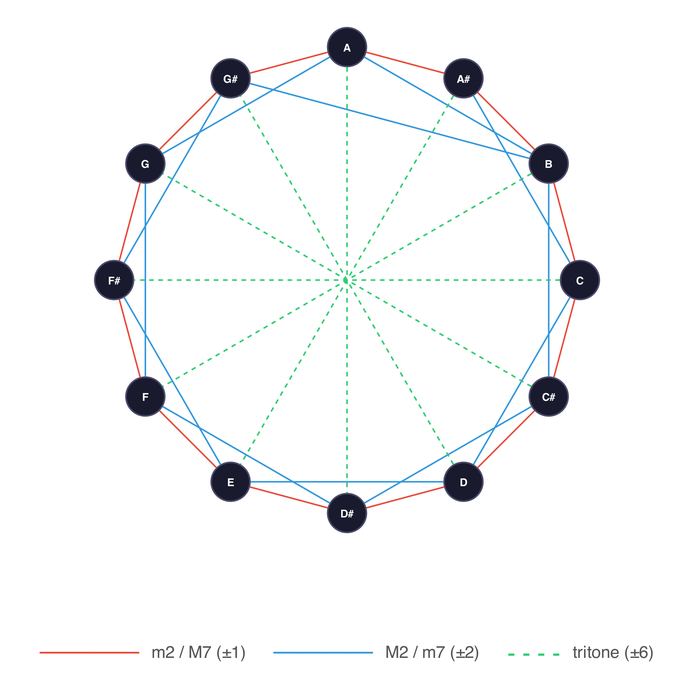
This is angry_man_successor_graph.png from vasilescur/jazz-engine, a Graphviz export, as it was before one commit. Its source is kept beside it as angry_man_successor_graph.dot.
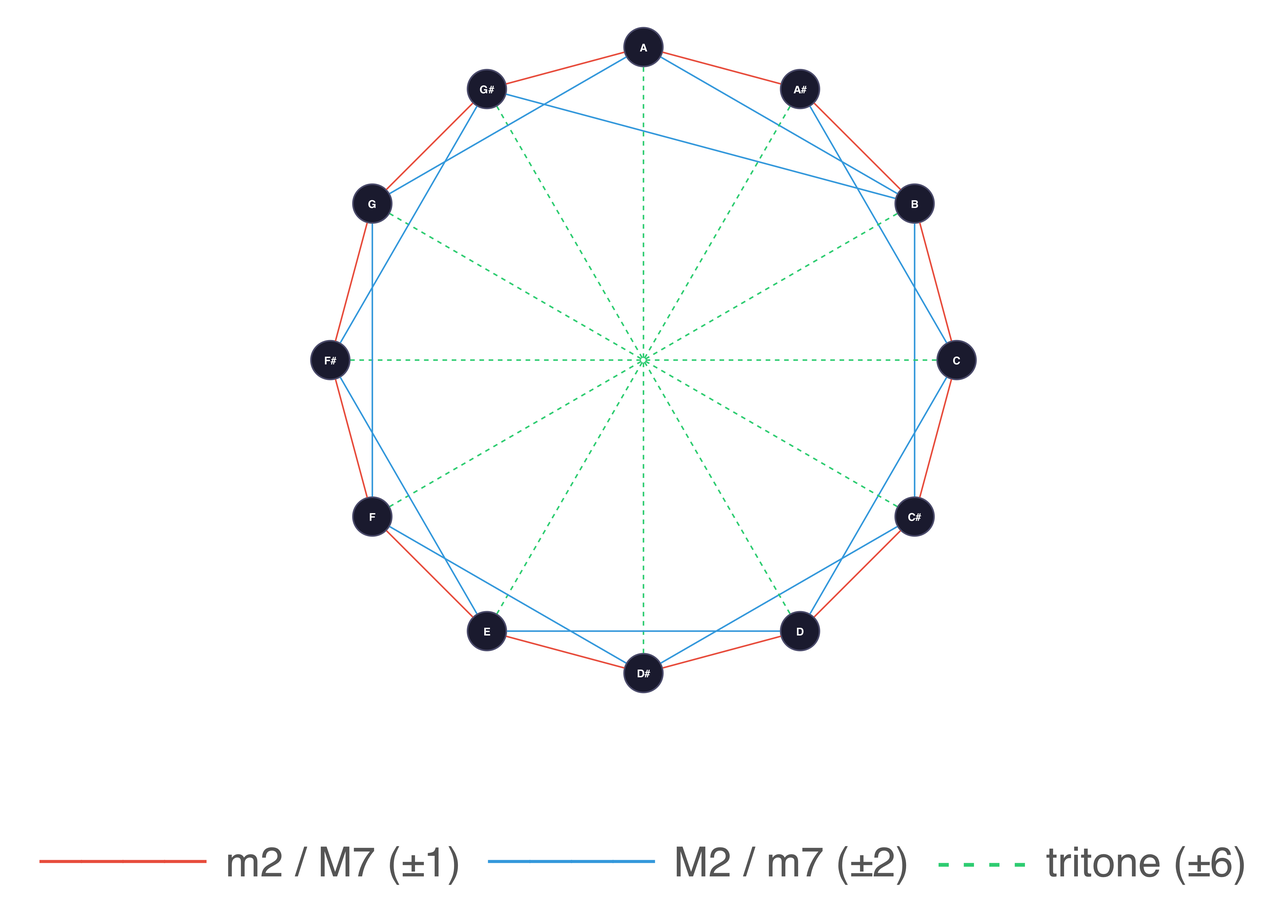
Above is the later version.

Commit message:
54pt legend text

The edit, as a diff of the source:
```diff
@@ -79,14 +79,14 @@
         leg_pos [pos="0.000,-3.500!", label=<
             <TABLE BORDER="0" CELLBORDER="0" CELLSPACING="6">
                 <TR>
-                    <TD><FONT COLOR="#e74c3c" POINT-SIZE="32">&#x2500;&#x2500;&#x2500;&#x2500;</FONT></TD>
-                    <TD ALIGN="LEFT"><FONT COLOR="#555555" POINT-SIZE="22"> m2 / M7 (&#xb1;1)</FONT></TD>
+                    <TD><FONT COLOR="#e74c3c" POINT-SIZE="54">&#x2500;&#x2500;&#x2500;&#x2500;</FONT></TD>
+                    <TD ALIGN="LEFT"><FONT COLOR="#555555" POINT-SIZE="54"> m2 / M7 (&#xb1;1)</FONT></TD>
                     <TD>   </TD>
-                    <TD><FONT COLOR="#3498db" POINT-SIZE="32">&#x2500;&#x2500;&#x2500;&#x2500;</FONT></TD>
-                    <TD ALIGN="LEFT"><FONT COLOR="#555555" POINT-SIZE="22"> M2 / m7 (&#xb1;2)</FONT></TD>
+                    <TD><FONT COLOR="#3498db" POINT-SIZE="54">&#x2500;&#x2500;&#x2500;&#x2500;</FONT></TD>
+                    <TD ALIGN="LEFT"><FONT COLOR="#555555" POINT-SIZE="54"> M2 / m7 (&#xb1;2)</FONT></TD>
                     <TD>   </TD>
-                    <TD><FONT COLOR="#2ecc71" POINT-SIZE="32">- - - -</FONT></TD>
-                    <TD ALIGN="LEFT"><FONT COLOR="#555555" POINT-SIZE="22"> tritone (&#xb1;6)</FONT></TD>
+                    <TD><FONT COLOR="#2ecc71" POINT-SIZE="54">- - - -</FONT></TD>
+                    <TD ALIGN="LEFT"><FONT COLOR="#555555" POINT-SIZE="54"> tritone (&#xb1;6)</FONT></TD>
                 </TR>
             </TABLE>
         >]
```
